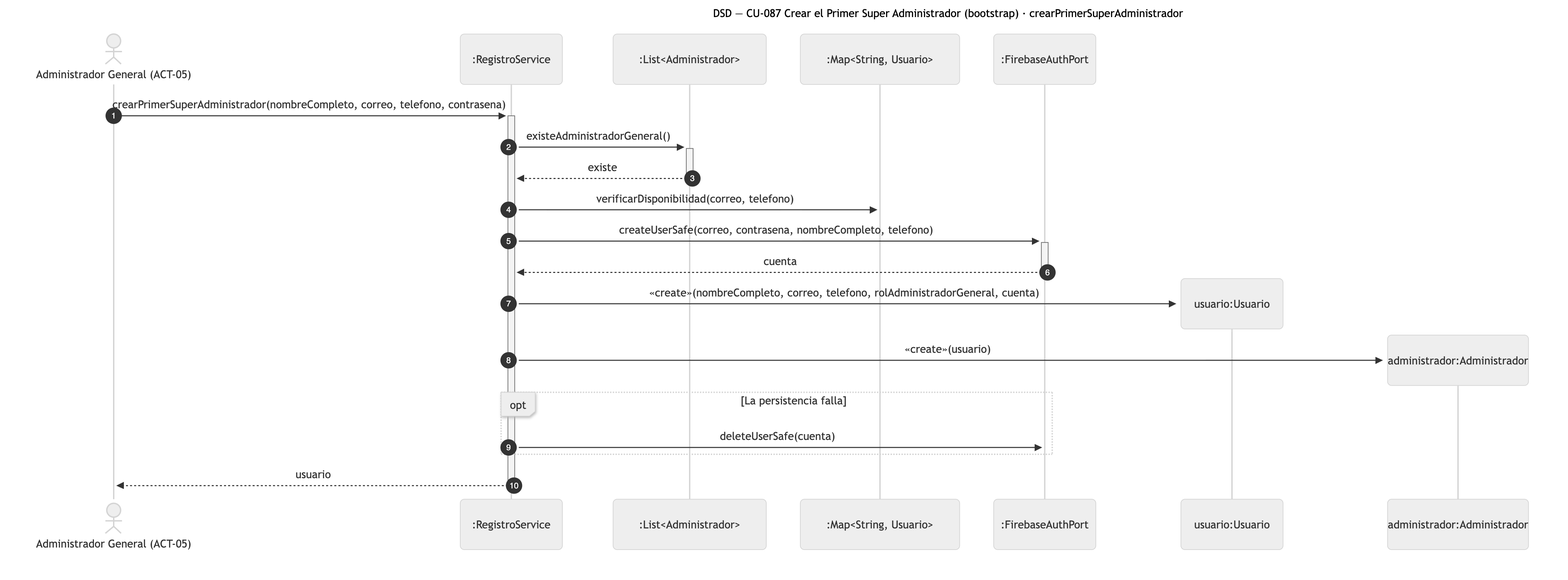
The Mermaid diagram diagramas/png/DSD_CU-087_crearPrimerSuperAdministrador.png in Nahuelito-Dev/splg-docs, before a commit. Its source is kept beside it as diagramas/DSD_CU-087_crearPrimerSuperAdministrador.mmd. Its diagram source:
```mermaid
sequenceDiagram
    title DSD — CU-087 Crear el Primer Super Administrador (bootstrap) · crearPrimerSuperAdministrador
    autonumber
    actor AGN as Administrador General (ACT-05)
    participant SRV as :RegistroService
    participant LST as :List#lt;Administrador#gt;
    participant COL as :Map#lt;String, Usuario#gt;
    participant FBA as :FirebaseAuthPort

    AGN->>+SRV: crearPrimerSuperAdministrador(nombreCompleto, correo, telefono, contrasena)
    SRV->>+LST: existeAdministradorGeneral()
    LST-->>-SRV: existe
    SRV->>COL: verificarDisponibilidad(correo, telefono)
    SRV->>+FBA: createUserSafe(correo, contrasena, nombreCompleto, telefono)
    FBA-->>-SRV: cuenta
    create participant USR as usuario:Usuario
    SRV->>USR: «create»(nombreCompleto, correo, telefono, rolAdministradorGeneral, cuenta)
    create participant ADO as administrador:Administrador
    SRV->>ADO: «create»(usuario)
    opt La persistencia falla
        SRV->>FBA: deleteUserSafe(cuenta)
    end
    SRV-->>-AGN: usuario
```
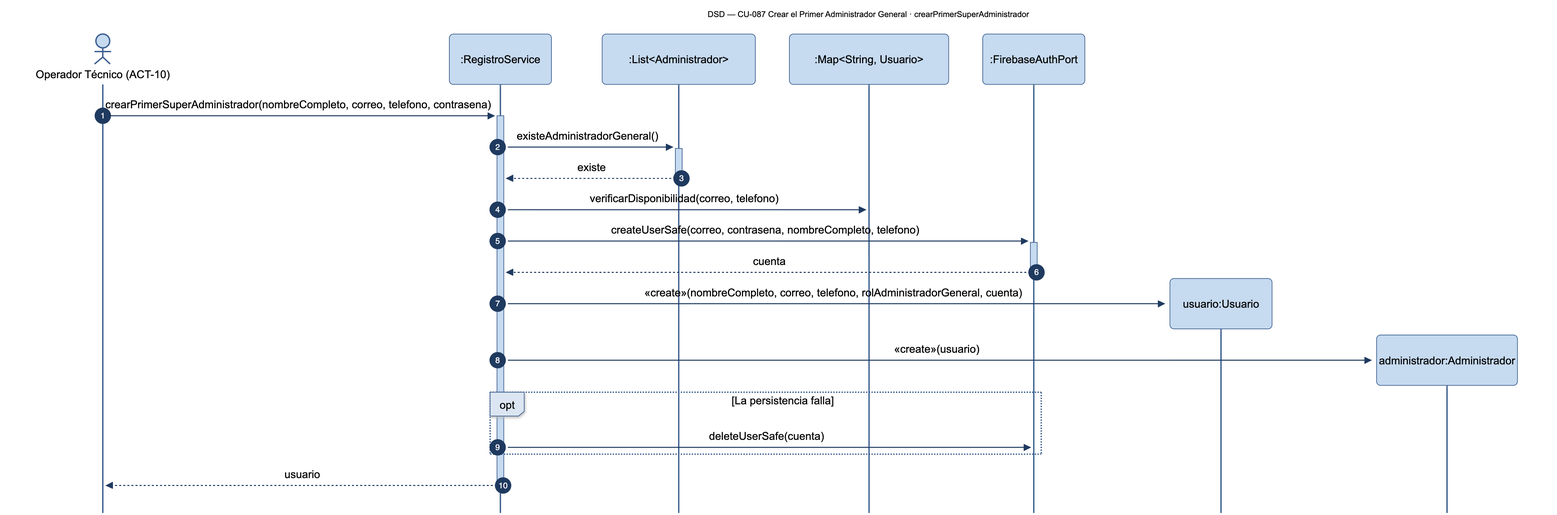
Later version of the same file.

Diff of the diagram source:
```diff
@@ -1,13 +1,13 @@
 sequenceDiagram
-    title DSD — CU-087 Crear el Primer Super Administrador (bootstrap) · crearPrimerSuperAdministrador
+    title DSD — CU-087 Crear el Primer Administrador General · crearPrimerSuperAdministrador
     autonumber
-    actor AGN as Administrador General (ACT-05)
+    actor OPE as Operador Técnico (ACT-10)
     participant SRV as :RegistroService
     participant LST as :List#lt;Administrador#gt;
     participant COL as :Map#lt;String, Usuario#gt;
     participant FBA as :FirebaseAuthPort
 
-    AGN->>+SRV: crearPrimerSuperAdministrador(nombreCompleto, correo, telefono, contrasena)
+    OPE->>+SRV: crearPrimerSuperAdministrador(nombreCompleto, correo, telefono, contrasena)
     SRV->>+LST: existeAdministradorGeneral()
     LST-->>-SRV: existe
     SRV->>COL: verificarDisponibilidad(correo, telefono)
@@ -20,4 +20,4 @@
     opt La persistencia falla
         SRV->>FBA: deleteUserSafe(cuenta)
     end
-    SRV-->>-AGN: usuario
+    SRV-->>-OPE: usuario
```
